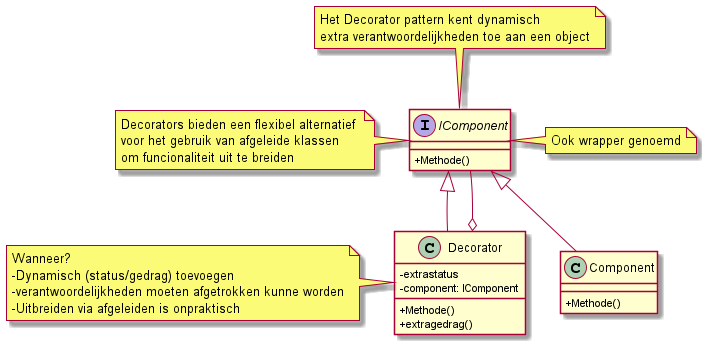
The PlantUML diagram img/img2/Decorator.png in Kaguya268/Kaguya268.github.io, before a commit. The source it was exported from:
```plantuml
@startuml Decorator
skinparam ClassAttributeIconSize 0
Interface IComponent{
    +Methode()
}
class Component{
    +Methode()
}
class Decorator{
    -extrastatus
    -component: IComponent
    +Methode()
    +extragedrag()
}
IComponent <|-- Component
IComponent <|-- Decorator
IComponent--o Decorator

note top of IComponent{
    Het Decorator pattern kent dynamisch
    extra verantwoordelijkheden toe aan een object
}

note right of IComponent{
    Ook wrapper genoemd
}

note left of IComponent{
    Decorators bieden een flexibel alternatief
    voor het gebruik van afgeleide klassen
    om funcionaliteit uit te breiden
}
note left of Decorator{
    Wanneer?
    -Dynamisch (status/gedrag) toevoegen
    -verantwoordelijkheden moeten afgetrokken kunne worden
    -Uitbreiden via afgeleiden is onpraktisch
}

@enduml
```
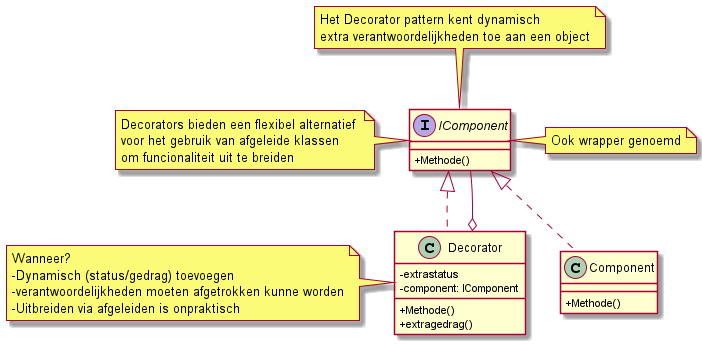
Later version of the same file.

Diff of the diagram source:
```diff
@@ -12,8 +12,8 @@
     +Methode()
     +extragedrag()
 }
-IComponent <|-- Component
-IComponent <|-- Decorator
+IComponent <|.. Component
+IComponent <|.. Decorator
 IComponent--o Decorator
 
 note top of IComponent{
```
